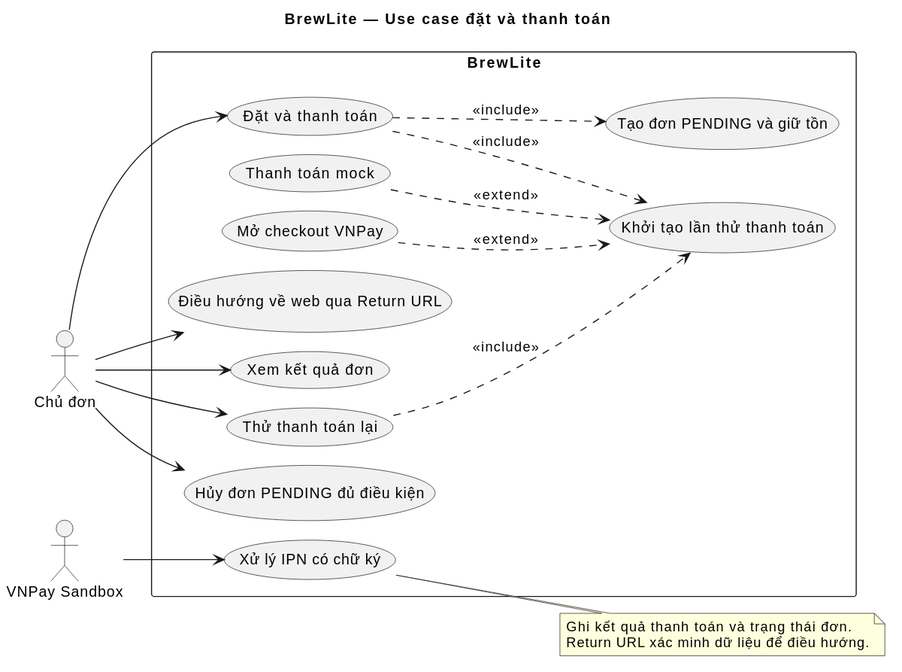
The PlantUML diagram docs/diagrams/BrewLite_DatVaThanhToan.svg in VKhair/brewlite, before a commit.
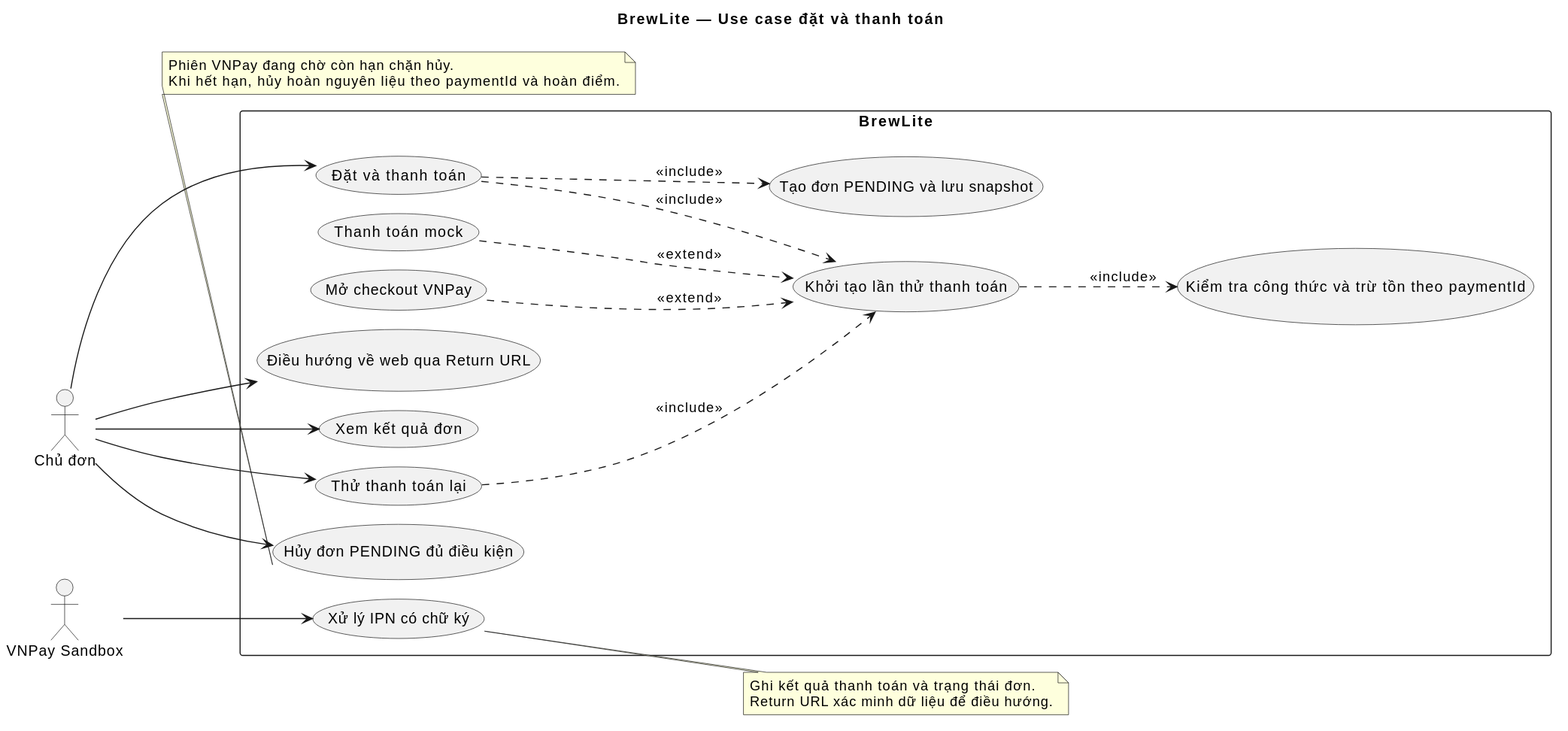
The same file after the commit.

The edit, as a diff of the source:
```diff
@@ -9,8 +9,9 @@
 
 rectangle "BrewLite" {
   usecase "Đặt và thanh toán" as Checkout
-  usecase "Tạo đơn PENDING và giữ tồn" as Create
+  usecase "Tạo đơn PENDING và lưu snapshot" as Create
   usecase "Khởi tạo lần thử thanh toán" as Pay
+  usecase "Kiểm tra công thức và trừ tồn theo paymentId" as Inventory
   usecase "Thanh toán mock" as Mock
   usecase "Mở checkout VNPay" as Vnpay
   usecase "Điều hướng về web qua Return URL" as Return
@@ -27,10 +28,16 @@
 Customer --> Cancel
 Checkout ..> Create : <<include>>
 Checkout ..> Pay : <<include>>
+Pay ..> Inventory : <<include>>
 Mock ..> Pay : <<extend>>
 Vnpay ..> Pay : <<extend>>
 Retry ..> Pay : <<include>>
 Gateway --> Ipn
+
+note bottom of Cancel
+  Phiên VNPay đang chờ còn hạn chặn hủy.
+  Khi hết hạn, hủy hoàn nguyên liệu theo paymentId và hoàn điểm.
+end note
 
 note right of Ipn
   Ghi kết quả thanh toán và trạng thái đơn.
```
